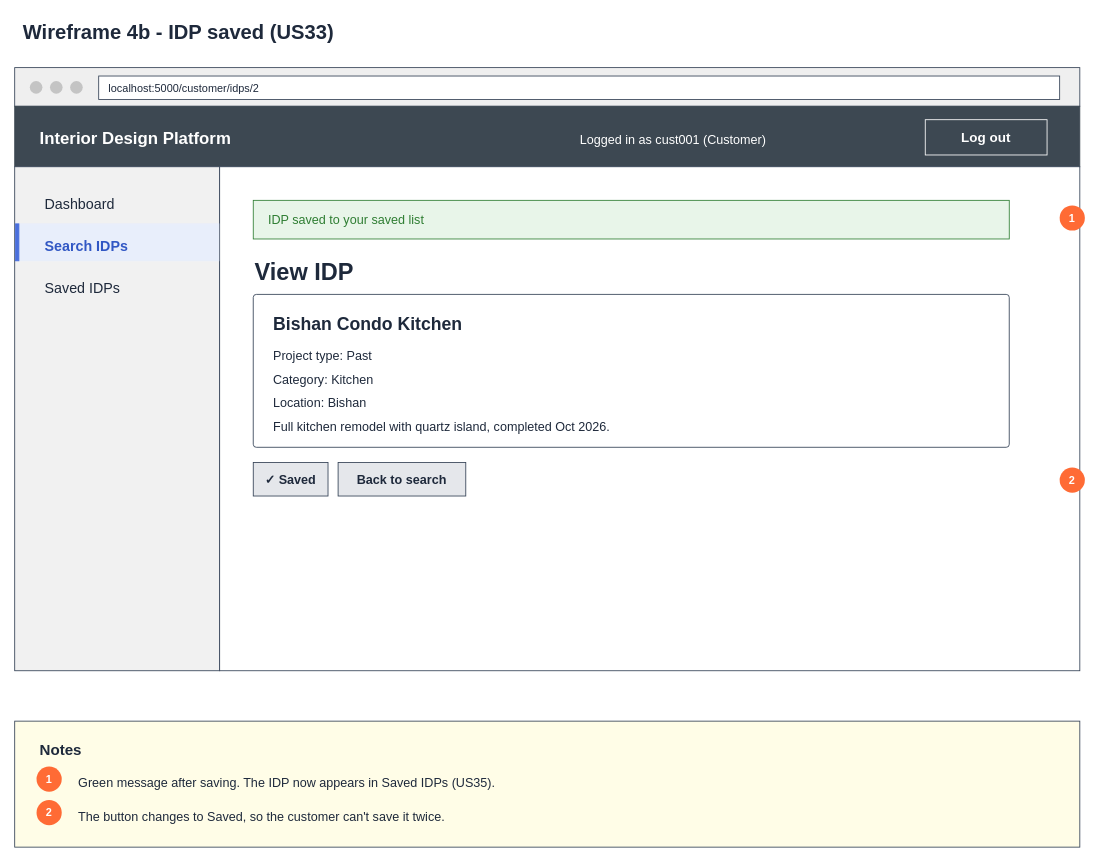
This is page "4b Wireframe - IDP saved" (3 of 6) of Sprint_4/US33 - Save IDP/US33 Save IDP.drawio from Hanzxc/CSIT314-ARCHSS, a draw.io file, before an edit. Source tidied: cells renumbered, new cells numbered last; positions are measured from the earlier drawing's top-left corner, leaving out a move shared by most shapes. Both pictures are drawn from the tidied source at 84%, with x=0, y=0 at pixel (14, 14).
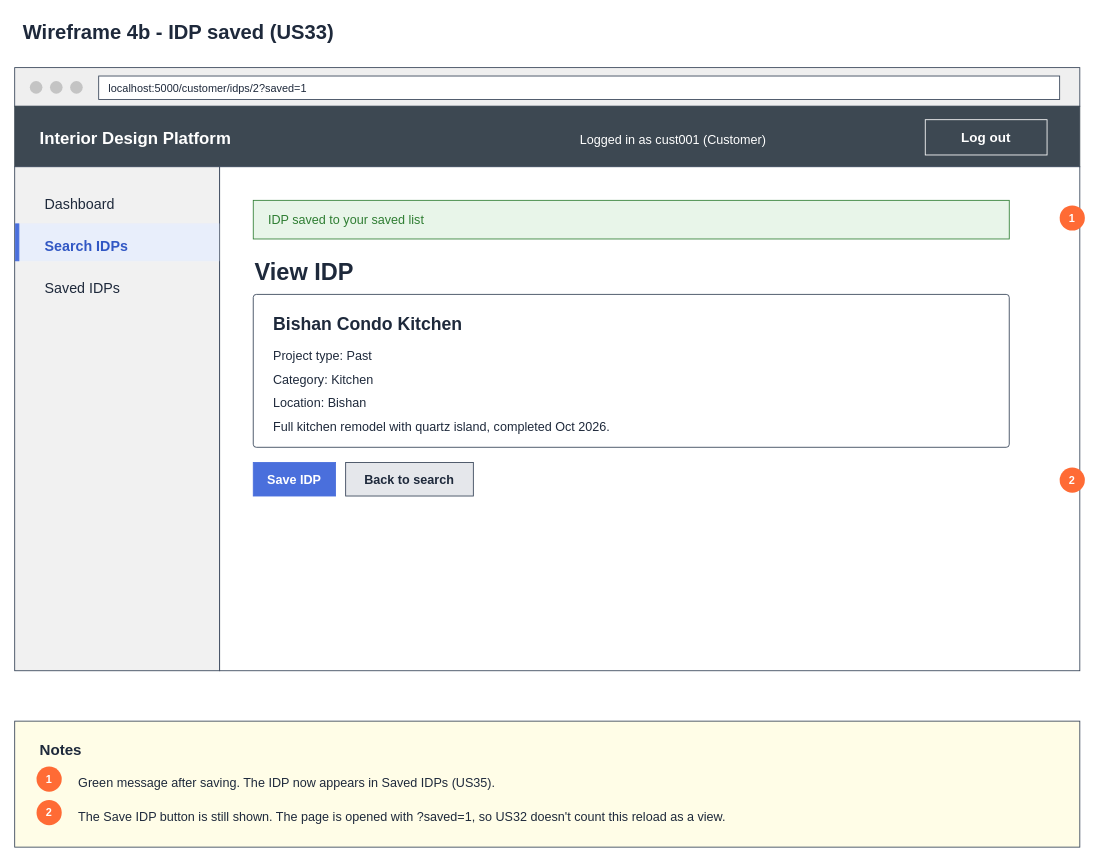
The same page after the edit.

Diff of the diagram source:
```diff
@@
-    <mxCell id="7" value="localhost:5000/customer/idps/2" style="rounded=0;whiteSpace=wrap;html=1;fillColor=#ffffff;strokeColor=#334155;align=left;verticalAlign=top;spacingLeft=10;spacingTop=4;fontSize=15;fontColor=#1e293b;fontSize=13;spacingTop=0;verticalAlign=middle;" parent="1" vertex="1">
+    <mxCell id="7" value="localhost:5000/customer/idps/2?saved=1" style="rounded=0;whiteSpace=wrap;html=1;fillColor=#ffffff;strokeColor=#334155;align=left;verticalAlign=top;spacingLeft=10;spacingTop=4;fontSize=15;fontColor=#1e293b;fontSize=13;spacingTop=0;verticalAlign=middle;" parent="1" vertex="1">
       <mxGeometry x="100" y="73" width="1144" height="28" as="geometry" />
     </mxCell>
@@
-    <mxCell id="28" value="✓ Saved" style="rounded=0;whiteSpace=wrap;html=1;fillColor=#e5e7eb;strokeColor=#334155;align=left;verticalAlign=top;spacingLeft=10;spacingTop=4;fontSize=15;fontColor=#1e293b;align=center;verticalAlign=middle;fontStyle=1;fontSize=15;fontColor=#1e293b;spacingLeft=0;spacingTop=0;" parent="1" vertex="1">
-      <mxGeometry x="284" y="533" width="89" height="40" as="geometry" />
+    <mxCell id="28" value="Save IDP" style="rounded=0;whiteSpace=wrap;html=1;fillColor=#4a6fdc;strokeColor=#4a6fdc;align=left;verticalAlign=top;spacingLeft=10;spacingTop=4;fontSize=15;fontColor=#1e293b;align=center;verticalAlign=middle;fontStyle=1;fontSize=15;fontColor=#ffffff;spacingLeft=0;spacingTop=0;" parent="1" vertex="1">
+      <mxGeometry x="284" y="533" width="98" height="40" as="geometry" />
     </mxCell>
     <mxCell id="29" value="Back to search" style="rounded=0;whiteSpace=wrap;html=1;fillColor=#e5e7eb;strokeColor=#334155;align=left;verticalAlign=top;spacingLeft=10;spacingTop=4;fontSize=15;fontColor=#1e293b;align=center;verticalAlign=middle;fontStyle=1;fontSize=15;fontColor=#1e293b;spacingLeft=0;spacingTop=0;" parent="1" vertex="1">
-      <mxGeometry x="385" y="533" width="152" height="40" as="geometry" />
+      <mxGeometry x="394" y="533" width="152" height="40" as="geometry" />
     </mxCell>
@@
-    <mxCell id="36" value="The button changes to Saved, so the customer can't save it twice." style="text;html=1;whiteSpace=wrap;align=left;verticalAlign=top;fontSize=15;fontStyle=0;fontColor=#1e293b;fontFamily=Helvetica;labelBackgroundColor=none;" parent="1" vertex="1">
+    <mxCell id="36" value="The Save IDP button is still shown. The page is opened with ?saved=1, so US32 doesn't count this reload as a view." style="text;html=1;whiteSpace=wrap;align=left;verticalAlign=top;fontSize=15;fontStyle=0;fontColor=#1e293b;fontFamily=Helvetica;labelBackgroundColor=none;" parent="1" vertex="1">
       <mxGeometry x="74" y="939" width="1150" height="40" as="geometry" />
     </mxCell>
```
